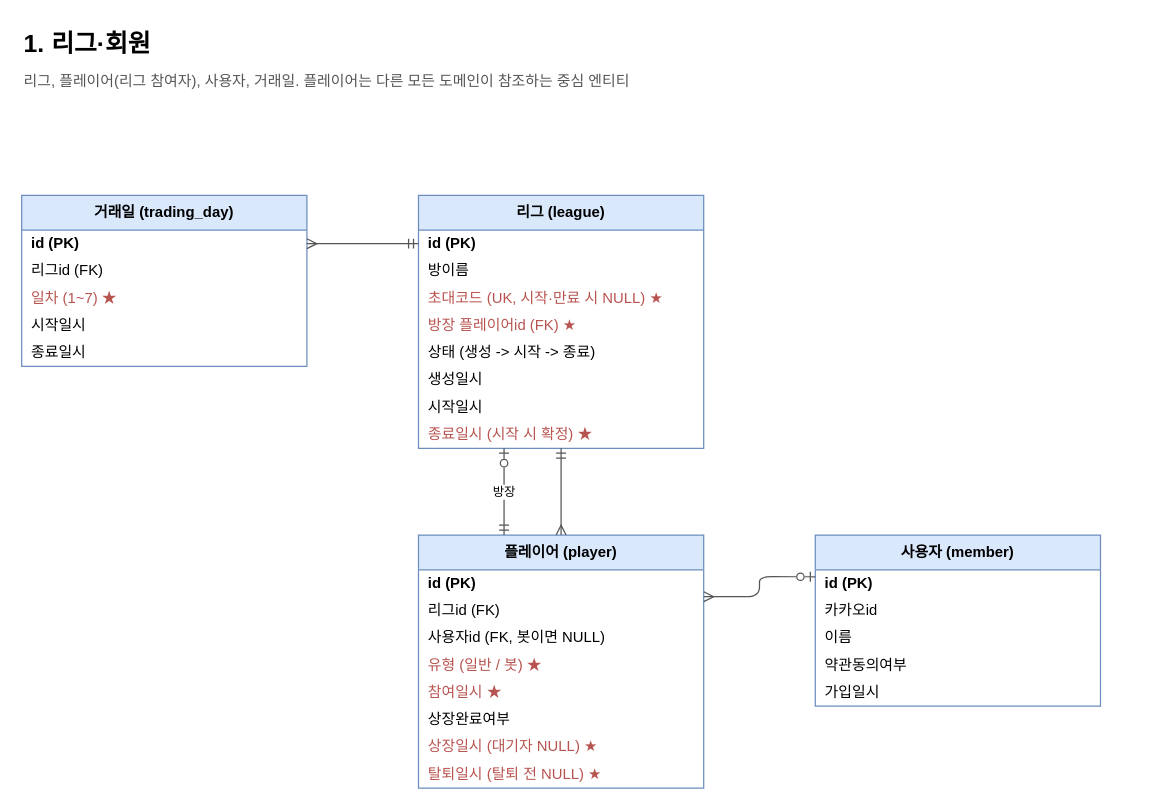
Before: page "1. 리그·회원" (2 of 9) of docs/erd/naspi.drawio in JECT-Study/naspi-5th-Server, a draw.io diagram. Source tidied: cells renumbered, new cells numbered last; positions are measured from the earlier drawing's top-left corner, leaving out a move shared by most shapes. Both pictures are drawn from the tidied source at 124%, with x=0, y=0 at pixel (21, 21).
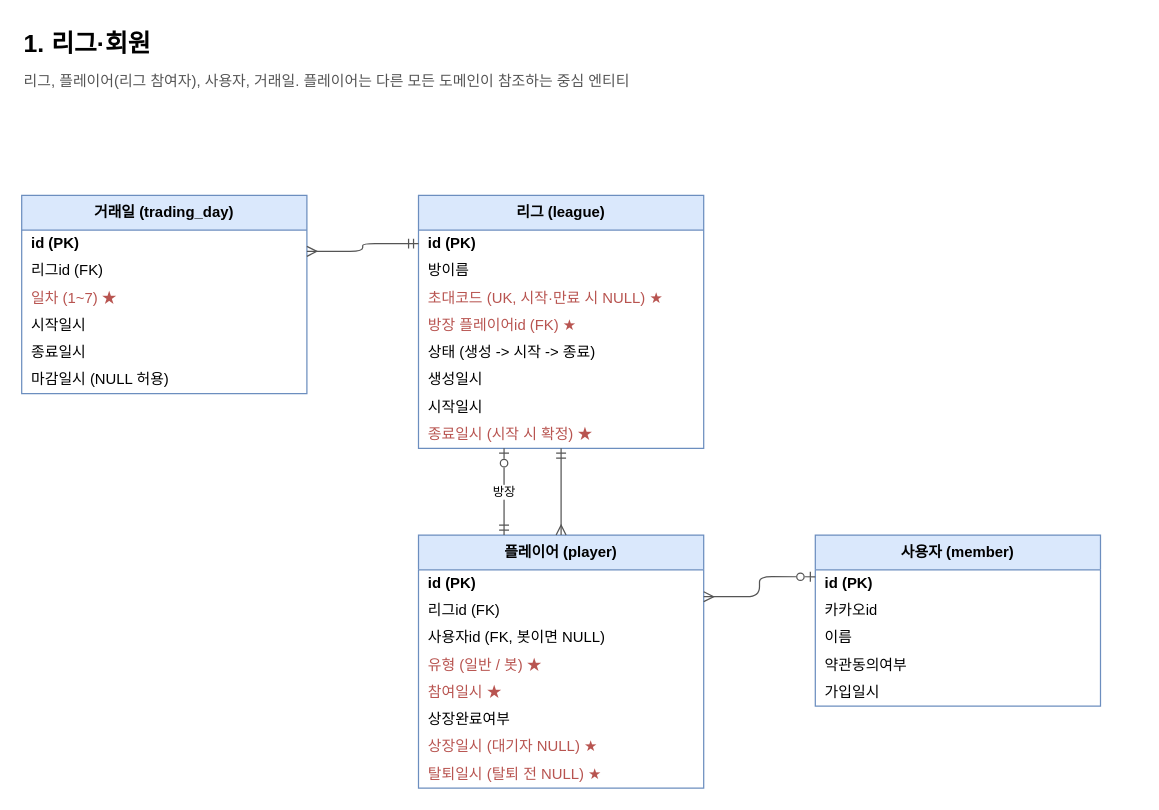
The same diagram, later.

Diff of the diagram source:
```diff
@@
     <mxCell id="2" value="거래일 (trading_day)" style="swimlane;fontStyle=1;horizontal=1;startSize=28;html=1;whiteSpace=wrap;fillColor=#dae8fc;strokeColor=#6c8ebf;" parent="1" vertex="1">
-      <mxGeometry y="140" width="230" height="138" as="geometry" />
+      <mxGeometry y="140" width="230" height="160" as="geometry" />
     </mxCell>
@@
+    <mxCell id="38" value="마감일시 (NULL 허용)" style="text;strokeColor=none;fillColor=none;align=left;verticalAlign=middle;spacingLeft=6;overflow=hidden;html=1;" parent="2" vertex="1">
+      <mxGeometry y="138" width="230" height="22" as="geometry" />
+    </mxCell>
```
